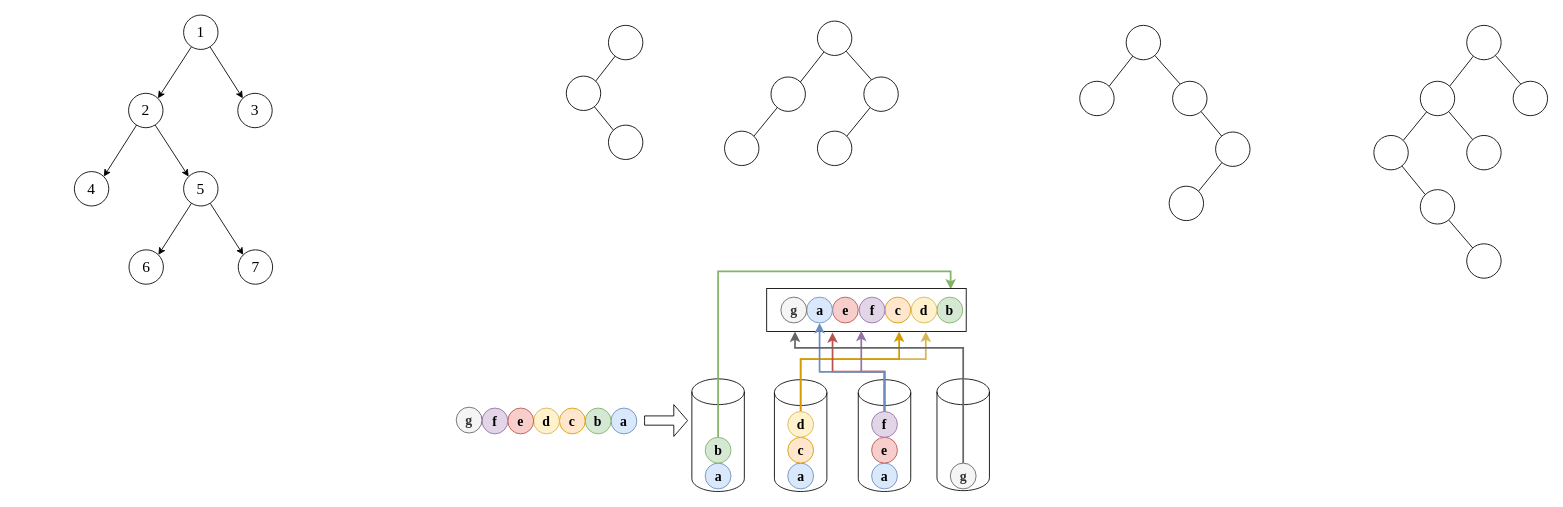
GPlaying/brain_map keeps this draw.io diagram as 408真题.drawio. Above is the earlier version. Source tidied: cells renumbered, new cells numbered last; positions are measured from the earlier drawing's top-left corner, leaving out a move shared by most shapes. Both pictures are drawn from the tidied source at 86%, with x=0, y=0 at pixel (74, 15).
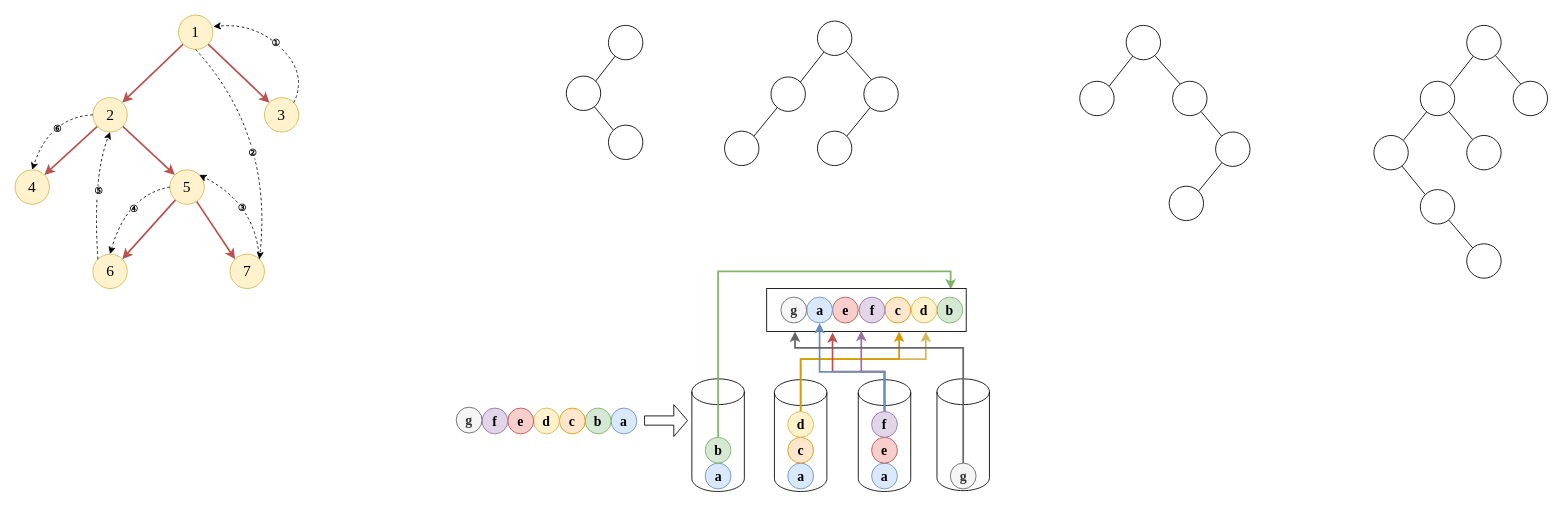
After the change.

The edit, as a diff of the source:
```diff
@@
-    <mxCell id="2" style="rounded=0;jettySize=auto;html=1;entryX=1;entryY=0;entryDx=0;entryDy=0;" parent="1" edge="1" source="4" target="7">
+    <mxCell id="2" style="rounded=0;jettySize=auto;html=1;entryX=1;entryY=0;entryDx=0;entryDy=0;fillColor=#f8cecc;strokeColor=#b85450;strokeWidth=2;" parent="1" edge="1" source="4" target="7">
       <mxGeometry relative="1" as="geometry" />
     </mxCell>
-    <mxCell id="3" style="rounded=0;jettySize=auto;html=1;entryX=0;entryY=0;entryDx=0;entryDy=0;" parent="1" edge="1" source="4" target="8">
+    <mxCell id="3" style="rounded=0;jettySize=auto;html=1;entryX=0;entryY=0;entryDx=0;entryDy=0;fillColor=#f8cecc;strokeColor=#b85450;strokeWidth=2;" parent="1" edge="1" source="4" target="8">
       <mxGeometry relative="1" as="geometry" />
     </mxCell>
-    <mxCell id="4" value="&lt;font style=&quot;font-size: 18px;&quot; face=&quot;Times New Roman&quot;&gt;1&lt;/font&gt;" style="ellipse;whiteSpace=wrap;html=1;" parent="1" vertex="1">
-      <mxGeometry x="127" width="40" height="40" as="geometry" />
+    <mxCell id="4" value="&lt;font style=&quot;font-size: 18px;&quot; face=&quot;Times New Roman&quot;&gt;1&lt;/font&gt;" style="ellipse;whiteSpace=wrap;html=1;fillColor=#fff2cc;strokeColor=#d6b656;" parent="1" vertex="1">
+      <mxGeometry x="121" width="40" height="40" as="geometry" />
     </mxCell>
-    <mxCell id="5" style="rounded=0;jettySize=auto;html=1;entryX=1;entryY=0;entryDx=0;entryDy=0;" parent="1" edge="1" source="7" target="9">
+    <mxCell id="5" style="rounded=0;jettySize=auto;html=1;entryX=1;entryY=0;entryDx=0;entryDy=0;fillColor=#f8cecc;strokeColor=#b85450;strokeWidth=2;" parent="1" edge="1" source="7" target="9">
       <mxGeometry relative="1" as="geometry" />
     </mxCell>
-    <mxCell id="6" style="edgeStyle=none;shape=connector;rounded=0;jettySize=auto;html=1;entryX=0;entryY=0;entryDx=0;entryDy=0;labelBackgroundColor=default;strokeColor=default;fontFamily=Helvetica;fontSize=11;fontColor=default;endArrow=classic;" parent="1" edge="1" source="7" target="12">
+    <mxCell id="6" style="edgeStyle=none;shape=connector;rounded=0;jettySize=auto;html=1;entryX=0;entryY=0;entryDx=0;entryDy=0;labelBackgroundColor=default;strokeColor=#b85450;fontFamily=Helvetica;fontSize=11;fontColor=default;endArrow=classic;fillColor=#f8cecc;strokeWidth=2;" parent="1" edge="1" source="7" target="12">
       <mxGeometry relative="1" as="geometry" />
     </mxCell>
-    <mxCell id="7" value="&lt;font style=&quot;font-size: 18px;&quot; face=&quot;Times New Roman&quot;&gt;2&lt;/font&gt;" style="ellipse;whiteSpace=wrap;html=1;" parent="1" vertex="1">
-      <mxGeometry x="63" y="91" width="40" height="40" as="geometry" />
+    <mxCell id="7" value="&lt;font style=&quot;font-size: 18px;&quot; face=&quot;Times New Roman&quot;&gt;2&lt;/font&gt;" style="ellipse;whiteSpace=wrap;html=1;fillColor=#fff2cc;strokeColor=#d6b656;" parent="1" vertex="1">
+      <mxGeometry x="21.5" y="96" width="40" height="40" as="geometry" />
     </mxCell>
-    <mxCell id="8" value="&lt;font style=&quot;font-size: 18px;&quot; face=&quot;Times New Roman&quot;&gt;3&lt;/font&gt;" style="ellipse;whiteSpace=wrap;html=1;" parent="1" vertex="1">
-      <mxGeometry x="190" y="91" width="40" height="40" as="geometry" />
+    <mxCell id="8" value="&lt;font style=&quot;font-size: 18px;&quot; face=&quot;Times New Roman&quot;&gt;3&lt;/font&gt;" style="ellipse;whiteSpace=wrap;html=1;fillColor=#fff2cc;strokeColor=#d6b656;" parent="1" vertex="1">
+      <mxGeometry x="221" y="96" width="40" height="40" as="geometry" />
     </mxCell>
-    <mxCell id="9" value="&lt;font style=&quot;font-size: 18px;&quot; face=&quot;Times New Roman&quot;&gt;4&lt;/font&gt;" style="ellipse;whiteSpace=wrap;html=1;" parent="1" vertex="1">
-      <mxGeometry y="182" width="40" height="40" as="geometry" />
+    <mxCell id="9" value="&lt;font style=&quot;font-size: 18px;&quot; face=&quot;Times New Roman&quot;&gt;4&lt;/font&gt;" style="ellipse;whiteSpace=wrap;html=1;fillColor=#fff2cc;strokeColor=#d6b656;" parent="1" vertex="1">
+      <mxGeometry x="-69" y="180" width="40" height="40" as="geometry" />
     </mxCell>
-    <mxCell id="10" style="edgeStyle=none;shape=connector;rounded=0;jettySize=auto;html=1;entryX=1;entryY=0;entryDx=0;entryDy=0;labelBackgroundColor=default;strokeColor=default;fontFamily=Helvetica;fontSize=11;fontColor=default;endArrow=classic;" parent="1" edge="1" source="12" target="13">
+    <mxCell id="10" style="edgeStyle=none;shape=connector;rounded=0;jettySize=auto;html=1;entryX=1;entryY=0;entryDx=0;entryDy=0;labelBackgroundColor=default;strokeColor=#b85450;fontFamily=Helvetica;fontSize=11;fontColor=default;endArrow=classic;fillColor=#f8cecc;strokeWidth=2;" parent="1" edge="1" source="12" target="13">
       <mxGeometry relative="1" as="geometry" />
     </mxCell>
-    <mxCell id="11" style="edgeStyle=none;shape=connector;rounded=0;jettySize=auto;html=1;entryX=0;entryY=0;entryDx=0;entryDy=0;labelBackgroundColor=default;strokeColor=default;fontFamily=Helvetica;fontSize=11;fontColor=default;endArrow=classic;" parent="1" edge="1" source="12" target="14">
+    <mxCell id="11" style="edgeStyle=none;shape=connector;rounded=0;jettySize=auto;html=1;entryX=0;entryY=0;entryDx=0;entryDy=0;labelBackgroundColor=default;strokeColor=#b85450;fontFamily=Helvetica;fontSize=11;fontColor=default;endArrow=classic;fillColor=#f8cecc;strokeWidth=2;" parent="1" edge="1" source="12" target="14">
       <mxGeometry relative="1" as="geometry" />
     </mxCell>
-    <mxCell id="12" value="&lt;font style=&quot;font-size: 18px;&quot; face=&quot;Times New Roman&quot;&gt;5&lt;/font&gt;" style="ellipse;whiteSpace=wrap;html=1;" parent="1" vertex="1">
-      <mxGeometry x="127" y="182" width="40" height="40" as="geometry" />
+    <mxCell id="12" value="&lt;font style=&quot;font-size: 18px;&quot; face=&quot;Times New Roman&quot;&gt;5&lt;/font&gt;" style="ellipse;whiteSpace=wrap;html=1;fillColor=#fff2cc;strokeColor=#d6b656;" parent="1" vertex="1">
+      <mxGeometry x="111" y="180" width="40" height="40" as="geometry" />
     </mxCell>
-    <mxCell id="13" value="&lt;font style=&quot;font-size: 18px;&quot; face=&quot;Times New Roman&quot;&gt;6&lt;/font&gt;" style="ellipse;whiteSpace=wrap;html=1;" parent="1" vertex="1">
-      <mxGeometry x="63.5" y="273" width="40" height="40" as="geometry" />
+    <mxCell id="13" value="&lt;font style=&quot;font-size: 18px;&quot; face=&quot;Times New Roman&quot;&gt;6&lt;/font&gt;" style="ellipse;whiteSpace=wrap;html=1;fillColor=#fff2cc;strokeColor=#d6b656;" parent="1" vertex="1">
+      <mxGeometry x="21.5" y="278" width="40" height="40" as="geometry" />
     </mxCell>
-    <mxCell id="14" value="&lt;font style=&quot;font-size: 18px;&quot; face=&quot;Times New Roman&quot;&gt;7&lt;/font&gt;" style="ellipse;whiteSpace=wrap;html=1;" parent="1" vertex="1">
-      <mxGeometry x="190.5" y="273" width="40" height="40" as="geometry" />
+    <mxCell id="14" value="&lt;font style=&quot;font-size: 18px;&quot; face=&quot;Times New Roman&quot;&gt;7&lt;/font&gt;" style="ellipse;whiteSpace=wrap;html=1;fillColor=#fff2cc;strokeColor=#d6b656;" parent="1" vertex="1">
+      <mxGeometry x="181" y="278" width="40" height="40" as="geometry" />
     </mxCell>
@@
+    <mxCell id="87" style="curved=1;endArrow=classic;html=1;rounded=0;exitX=1;exitY=0;exitDx=0;exitDy=0;entryX=1.017;entryY=0.333;entryDx=0;entryDy=0;entryPerimeter=0;dashed=1;" parent="1" edge="1" source="8" target="4">
+      <mxGeometry relative="1" as="geometry">
+        <Array as="points">
+          <mxPoint x="271" y="69" />
+          <mxPoint x="211" y="9" />
+        </Array>
+      </mxGeometry>
+    </mxCell>
+    <mxCell id="88" value="①" style="edgeLabel;html=1;align=center;verticalAlign=middle;fontStyle=1;" parent="87" vertex="1">
+      <mxGeometry x="0.04" y="1" relative="1" as="geometry" />
+    </mxCell>
+    <mxCell id="89" style="curved=1;endArrow=classic;html=1;rounded=0;exitX=0.5;exitY=1;exitDx=0;exitDy=0;entryX=1;entryY=0;entryDx=0;entryDy=0;dashed=1;" parent="1" edge="1" source="4" target="14">
+      <mxGeometry relative="1" as="geometry">
+        <Array as="points">
+          <mxPoint x="231" y="139" />
+        </Array>
+      </mxGeometry>
+    </mxCell>
+    <mxCell id="90" value="②" style="edgeLabel;html=1;align=center;verticalAlign=middle;fontStyle=1;" parent="89" vertex="1">
+      <mxGeometry x="0.12" y="-22" relative="1" as="geometry" />
+    </mxCell>
+    <mxCell id="91" style="curved=1;endArrow=classic;html=1;rounded=0;exitX=1;exitY=0;exitDx=0;exitDy=0;entryX=1;entryY=0;entryDx=0;entryDy=0;dashed=1;" parent="1" edge="1" source="14" target="12">
+      <mxGeometry relative="1" as="geometry">
+        <Array as="points">
+          <mxPoint x="211" y="219" />
+        </Array>
+      </mxGeometry>
+    </mxCell>
+    <mxCell id="92" value="③" style="edgeLabel;html=1;align=center;verticalAlign=middle;fontStyle=1;" parent="91" vertex="1">
+      <mxGeometry x="0.12" y="10" relative="1" as="geometry">
+        <mxPoint y="1" as="offset" />
+      </mxGeometry>
+    </mxCell>
+    <mxCell id="93" style="curved=1;endArrow=classic;html=1;rounded=0;exitX=0;exitY=0.5;exitDx=0;exitDy=0;entryX=0.5;entryY=0;entryDx=0;entryDy=0;dashed=1;" parent="1" edge="1" source="12" target="13">
+      <mxGeometry relative="1" as="geometry">
+        <Array as="points">
+          <mxPoint x="61" y="209" />
+        </Array>
+      </mxGeometry>
+    </mxCell>
+    <mxCell id="94" value="④" style="edgeLabel;html=1;align=center;verticalAlign=middle;fontStyle=1;" parent="93" vertex="1">
+      <mxGeometry x="0.04" y="12" relative="1" as="geometry" />
+    </mxCell>
+    <mxCell id="95" style="curved=1;endArrow=classic;html=1;rounded=0;exitX=0;exitY=0;exitDx=0;exitDy=0;entryX=0.5;entryY=1;entryDx=0;entryDy=0;dashed=1;" parent="1" edge="1" source="13" target="7">
+      <mxGeometry relative="1" as="geometry">
+        <Array as="points">
+          <mxPoint x="21" y="189" />
+        </Array>
+      </mxGeometry>
+    </mxCell>
+    <mxCell id="96" value="⑤" style="edgeLabel;html=1;align=center;verticalAlign=middle;fontStyle=1;" parent="95" vertex="1">
+      <mxGeometry x="0.04" y="-5" relative="1" as="geometry" />
+    </mxCell>
+    <mxCell id="97" style="curved=1;endArrow=classic;html=1;rounded=0;exitX=0;exitY=0.5;exitDx=0;exitDy=0;entryX=0.5;entryY=0;entryDx=0;entryDy=0;dashed=1;" parent="1" edge="1" source="7" target="9">
+      <mxGeometry relative="1" as="geometry">
+        <Array as="points">
+          <mxPoint x="-29" y="119" />
+        </Array>
+      </mxGeometry>
+    </mxCell>
+    <mxCell id="98" value="⑥" style="edgeLabel;html=1;align=center;verticalAlign=middle;fontStyle=1;" parent="97" vertex="1">
+      <mxGeometry x="0.06" y="12" relative="1" as="geometry" />
+    </mxCell>
```
